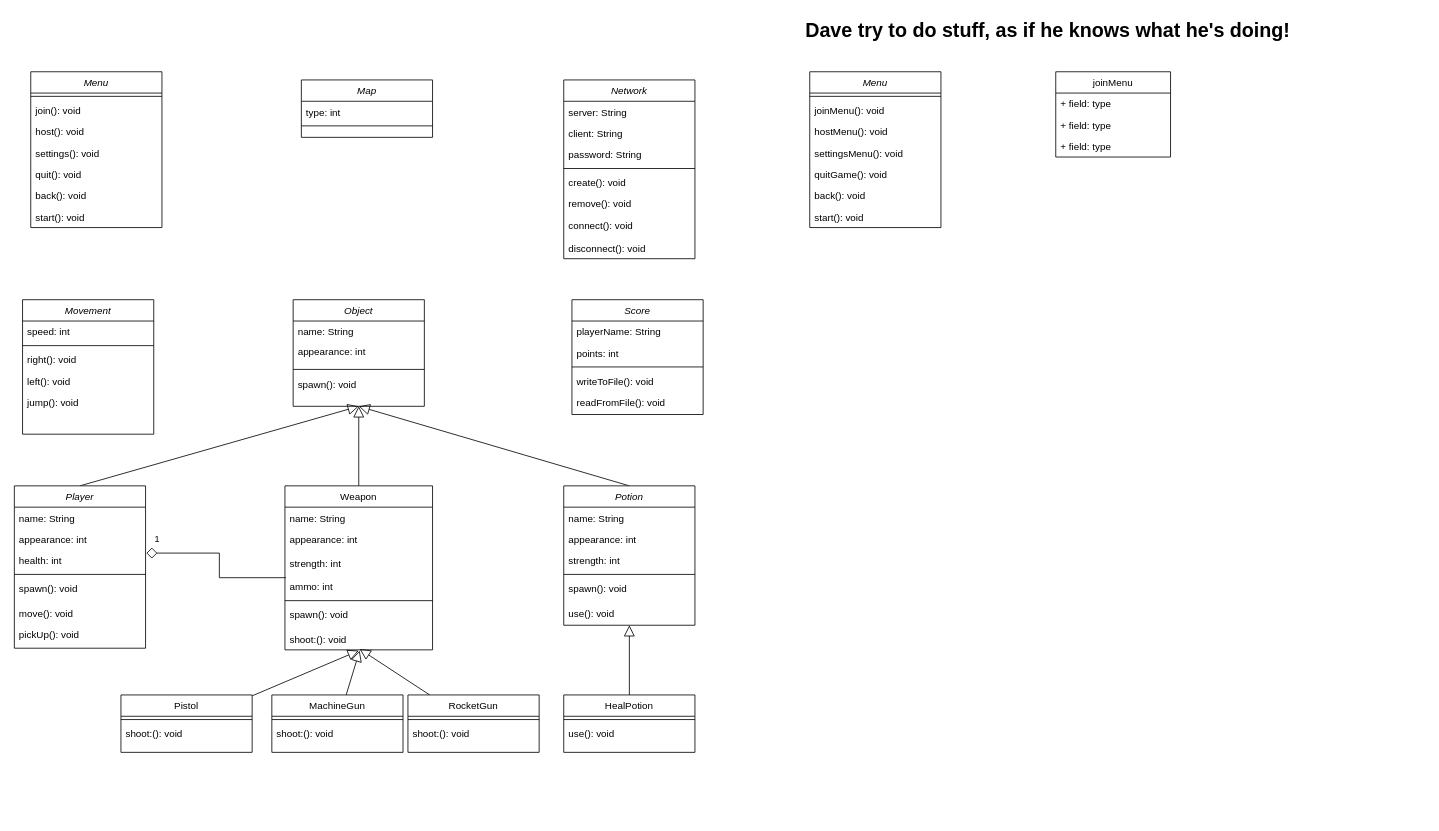
This is class.drawio from Zaion-BM/Dueling-Fates, a draw.io file, before an edit. Source tidied: cells renumbered, new cells numbered last; positions are measured from the earlier drawing's top-left corner, leaving out a move shared by most shapes. Both pictures are drawn from the tidied source at 82%, with x=0, y=0 at pixel (14, 14).
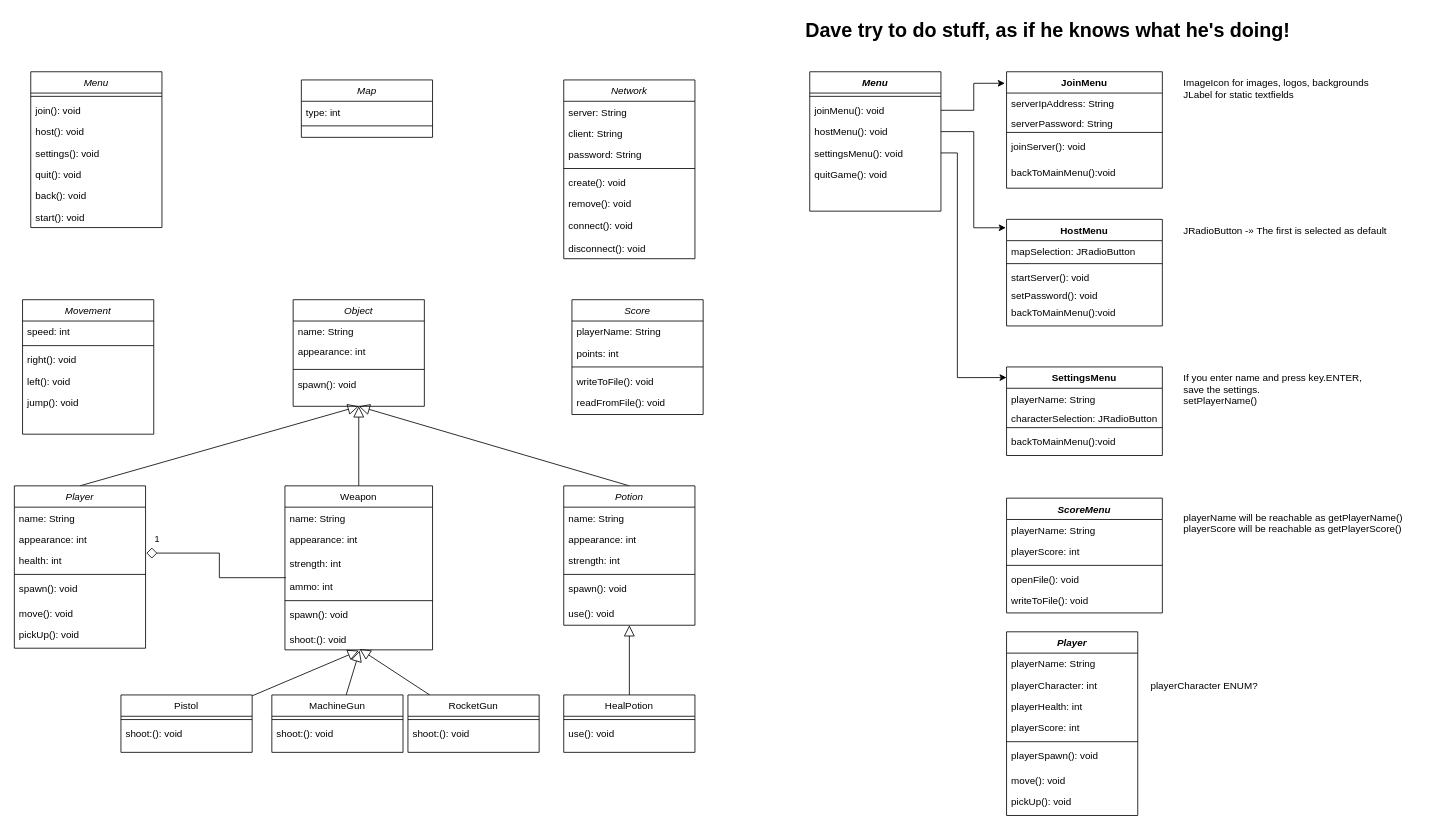
The same page after the edit.

The change refers to these unchanged cells:
```xml
<mxCell id="84" value="joinMenu(): void" style="text;align=left;verticalAlign=top;spacingLeft=4;spacingRight=4;overflow=hidden;points=[[0,0.5],[1,0.5]];portConstraint=eastwest;" parent="82" vertex="1">
  <mxGeometry y="34" width="160" height="26" as="geometry" />
</mxCell>
<mxCell id="85" value="hostMenu(): void" style="text;align=left;verticalAlign=top;spacingLeft=4;spacingRight=4;overflow=hidden;points=[[0,0.5],[1,0.5]];portConstraint=eastwest;" parent="82" vertex="1">
  <mxGeometry y="60" width="160" height="26" as="geometry" />
</mxCell>
<mxCell id="86" value="settingsMenu(): void" style="text;align=left;verticalAlign=top;spacingLeft=4;spacingRight=4;overflow=hidden;points=[[0,0.5],[1,0.5]];portConstraint=eastwest;" parent="82" vertex="1">
  <mxGeometry y="86" width="160" height="26" as="geometry" />
</mxCell>
```

What changed in the source:
```diff
@@
-    <mxCell id="82" value="Menu" style="swimlane;fontStyle=2;align=center;verticalAlign=top;horizontal=1;startSize=26;rounded=0;shadow=0;strokeWidth=1;" parent="1" vertex="1">
-      <mxGeometry x="970" y="70" width="160" height="190" as="geometry" />
+    <mxCell id="82" value="Menu" style="swimlane;fontStyle=3;align=center;verticalAlign=top;horizontal=1;startSize=26;rounded=0;shadow=0;strokeWidth=1;" parent="1" vertex="1">
+      <mxGeometry x="970" y="70" width="160" height="170" as="geometry" />
     </mxCell>
@@
-    <mxCell id="88" value="back(): void" style="text;align=left;verticalAlign=top;spacingLeft=4;spacingRight=4;overflow=hidden;" parent="82" vertex="1">
-      <mxGeometry y="138" width="160" height="26" as="geometry" />
-    </mxCell>
-    <mxCell id="89" value="start(): void" style="text;align=left;verticalAlign=top;spacingLeft=4;spacingRight=4;overflow=hidden;" parent="82" vertex="1">
-      <mxGeometry y="164" width="160" height="26" as="geometry" />
-    </mxCell>
-    <mxCell id="90" value="joinMenu" style="swimlane;fontStyle=0;horizontal=1;startSize=26;fillColor=none;" parent="1" vertex="1">
-      <mxGeometry x="1270" y="70" width="140" height="104" as="geometry" />
-    </mxCell>
-    <mxCell id="91" value="+ field: type" style="text;strokeColor=none;fillColor=none;align=left;verticalAlign=top;spacingLeft=4;spacingRight=4;overflow=hidden;" parent="90" vertex="1">
-      <mxGeometry y="26" width="140" height="26" as="geometry" />
-    </mxCell>
-    <mxCell id="92" value="+ field: type" style="text;strokeColor=none;fillColor=none;align=left;verticalAlign=top;spacingLeft=4;spacingRight=4;overflow=hidden;" parent="90" vertex="1">
-      <mxGeometry y="52" width="140" height="26" as="geometry" />
-    </mxCell>
-    <mxCell id="93" value="+ field: type" style="text;strokeColor=none;fillColor=none;align=left;verticalAlign=top;spacingLeft=4;spacingRight=4;overflow=hidden;" parent="90" vertex="1">
-      <mxGeometry y="78" width="140" height="26" as="geometry" />
-    </mxCell>
@@
+    <mxCell id="95" value="JoinMenu" style="swimlane;fontStyle=1;align=center;verticalAlign=top;horizontal=1;startSize=26;" parent="1" vertex="1">
+      <mxGeometry x="1210" y="70" width="190" height="142" as="geometry" />
+    </mxCell>
+    <mxCell id="96" value="serverIpAddress: String" style="text;strokeColor=none;fillColor=none;align=left;verticalAlign=top;spacingLeft=4;spacingRight=4;overflow=hidden;" parent="95" vertex="1">
+      <mxGeometry y="26" width="190" height="24" as="geometry" />
+    </mxCell>
+    <mxCell id="97" value="serverPassword: String" style="text;strokeColor=none;fillColor=none;align=left;verticalAlign=top;spacingLeft=4;spacingRight=4;overflow=hidden;" parent="95" vertex="1">
+      <mxGeometry y="50" width="190" height="20" as="geometry" />
+    </mxCell>
+    <mxCell id="98" style="line;strokeWidth=1;fillColor=none;align=left;verticalAlign=middle;spacingTop=-1;spacingLeft=3;spacingRight=3;labelPosition=right;" parent="95" vertex="1">
+      <mxGeometry y="70" width="190" height="8" as="geometry" />
+    </mxCell>
+    <mxCell id="99" value="joinServer(): void" style="text;strokeColor=none;fillColor=none;align=left;verticalAlign=top;spacingLeft=4;spacingRight=4;overflow=hidden;" parent="95" vertex="1">
+      <mxGeometry y="78" width="190" height="32" as="geometry" />
+    </mxCell>
+    <mxCell id="100" value="backToMainMenu():void" style="text;strokeColor=none;fillColor=none;align=left;verticalAlign=top;spacingLeft=4;spacingRight=4;overflow=hidden;" parent="95" vertex="1">
+      <mxGeometry y="110" width="190" height="32" as="geometry" />
+    </mxCell>
+    <mxCell id="101" value="HostMenu" style="swimlane;fontStyle=1;align=center;verticalAlign=top;horizontal=1;startSize=26;" parent="1" vertex="1">
+      <mxGeometry x="1210" y="250" width="190" height="130" as="geometry" />
+    </mxCell>
+    <mxCell id="102" value="mapSelection: JRadioButton" style="text;strokeColor=none;fillColor=none;align=left;verticalAlign=top;spacingLeft=4;spacingRight=4;overflow=hidden;" parent="101" vertex="1">
+      <mxGeometry y="26" width="190" height="24" as="geometry" />
+    </mxCell>
+    <mxCell id="103" style="line;strokeWidth=1;fillColor=none;align=left;verticalAlign=middle;spacingTop=-1;spacingLeft=3;spacingRight=3;labelPosition=right;" parent="101" vertex="1">
+      <mxGeometry y="50" width="190" height="8" as="geometry" />
+    </mxCell>
+    <mxCell id="104" value="startServer(): void" style="text;strokeColor=none;fillColor=none;align=left;verticalAlign=top;spacingLeft=4;spacingRight=4;overflow=hidden;" parent="101" vertex="1">
+      <mxGeometry y="58" width="190" height="22" as="geometry" />
+    </mxCell>
+    <mxCell id="105" value="setPassword(): void" style="text;strokeColor=none;fillColor=none;align=left;verticalAlign=top;spacingLeft=4;spacingRight=4;overflow=hidden;" parent="101" vertex="1">
+      <mxGeometry y="80" width="190" height="20" as="geometry" />
+    </mxCell>
+    <mxCell id="106" value="backToMainMenu():void" style="text;strokeColor=none;fillColor=none;align=left;verticalAlign=top;spacingLeft=4;spacingRight=4;overflow=hidden;" parent="101" vertex="1">
+      <mxGeometry y="100" width="190" height="30" as="geometry" />
+    </mxCell>
+    <mxCell id="107" value="ImageIcon for images, logos, backgrounds&#10;JLabel for static textfields&#10;" style="text;strokeColor=none;fillColor=none;align=left;verticalAlign=top;spacingLeft=4;spacingRight=4;overflow=hidden;" parent="1" vertex="1">
+      <mxGeometry x="1420" y="70" width="280" height="64" as="geometry" />
+    </mxCell>
+    <mxCell id="108" value="SettingsMenu" style="swimlane;fontStyle=1;align=center;verticalAlign=top;horizontal=1;startSize=26;" parent="1" vertex="1">
+      <mxGeometry x="1210" y="430" width="190" height="108" as="geometry" />
+    </mxCell>
+    <mxCell id="109" value="playerName: String" style="text;strokeColor=none;fillColor=none;align=left;verticalAlign=top;spacingLeft=4;spacingRight=4;overflow=hidden;" parent="108" vertex="1">
+      <mxGeometry y="26" width="190" height="24" as="geometry" />
+    </mxCell>
+    <mxCell id="110" value="characterSelection: JRadioButton" style="text;strokeColor=none;fillColor=none;align=left;verticalAlign=top;spacingLeft=4;spacingRight=4;overflow=hidden;" parent="108" vertex="1">
+      <mxGeometry y="50" width="190" height="20" as="geometry" />
+    </mxCell>
+    <mxCell id="111" style="line;strokeWidth=1;fillColor=none;align=left;verticalAlign=middle;spacingTop=-1;spacingLeft=3;spacingRight=3;labelPosition=right;" parent="108" vertex="1">
+      <mxGeometry y="70" width="190" height="8" as="geometry" />
+    </mxCell>
+    <mxCell id="112" value="backToMainMenu():void" style="text;strokeColor=none;fillColor=none;align=left;verticalAlign=top;spacingLeft=4;spacingRight=4;overflow=hidden;" parent="108" vertex="1">
+      <mxGeometry y="78" width="190" height="30" as="geometry" />
+    </mxCell>
+    <mxCell id="113" value="If you enter name and press key.ENTER,&#10;save the settings.&#10;setPlayerName()" style="text;strokeColor=none;fillColor=none;align=left;verticalAlign=top;spacingLeft=4;spacingRight=4;overflow=hidden;" parent="1" vertex="1">
+      <mxGeometry x="1420" y="430" width="250" height="64" as="geometry" />
+    </mxCell>
+    <mxCell id="114" value="JRadioButton -» The first is selected as default&#10;&#10;" style="text;strokeColor=none;fillColor=none;align=left;verticalAlign=top;spacingLeft=4;spacingRight=4;overflow=hidden;" parent="1" vertex="1">
+      <mxGeometry x="1420" y="250" width="295" height="64" as="geometry" />
+    </mxCell>
+    <mxCell id="115" style="edgeStyle=orthogonalEdgeStyle;rounded=0;jettySize=auto;html=1;exitX=1;exitY=0.5;exitDx=0;exitDy=0;entryX=-0.011;entryY=0.099;entryDx=0;entryDy=0;entryPerimeter=0;" parent="1" edge="1" source="84" target="95">
+      <mxGeometry relative="1" as="geometry" />
+    </mxCell>
+    <mxCell id="116" style="edgeStyle=orthogonalEdgeStyle;rounded=0;jettySize=auto;html=1;exitX=1;exitY=0.5;exitDx=0;exitDy=0;entryX=0;entryY=0.12;entryDx=0;entryDy=0;entryPerimeter=0;" parent="1" edge="1" source="86" target="108">
+      <mxGeometry relative="1" as="geometry">
+        <Array as="points">
+          <mxPoint x="1150" y="169" />
+          <mxPoint x="1150" y="443" />
+        </Array>
+      </mxGeometry>
+    </mxCell>
+    <mxCell id="117" style="edgeStyle=orthogonalEdgeStyle;rounded=0;jettySize=auto;html=1;exitX=1;exitY=0.5;exitDx=0;exitDy=0;entryX=-0.005;entryY=0.079;entryDx=0;entryDy=0;entryPerimeter=0;" parent="1" edge="1" source="85" target="101">
+      <mxGeometry relative="1" as="geometry" />
+    </mxCell>
+    <mxCell id="118" value="ScoreMenu" style="swimlane;fontStyle=3;align=center;verticalAlign=top;horizontal=1;startSize=26;rounded=0;shadow=0;strokeWidth=1;" parent="1" vertex="1">
+      <mxGeometry x="1210" y="590" width="190" height="140" as="geometry" />
+    </mxCell>
+    <mxCell id="119" value="playerName: String" style="text;align=left;verticalAlign=top;spacingLeft=4;spacingRight=4;overflow=hidden;rounded=0;shadow=0;html=0;" parent="118" vertex="1">
+      <mxGeometry y="26" width="190" height="26" as="geometry" />
+    </mxCell>
+    <mxCell id="120" value="playerScore: int" style="text;align=left;verticalAlign=top;spacingLeft=4;spacingRight=4;overflow=hidden;rounded=0;shadow=0;html=0;" parent="118" vertex="1">
+      <mxGeometry y="52" width="190" height="26" as="geometry" />
+    </mxCell>
+    <mxCell id="121" style="line;html=1;strokeWidth=1;align=left;verticalAlign=middle;spacingTop=-1;spacingLeft=3;spacingRight=3;labelPosition=right;" parent="118" vertex="1">
+      <mxGeometry y="78" width="190" height="8" as="geometry" />
+    </mxCell>
+    <mxCell id="122" value="openFile(): void" style="text;align=left;verticalAlign=top;spacingLeft=4;spacingRight=4;overflow=hidden;" parent="118" vertex="1">
+      <mxGeometry y="86" width="190" height="26" as="geometry" />
+    </mxCell>
+    <mxCell id="123" value="writeToFile(): void" style="text;align=left;verticalAlign=top;spacingLeft=4;spacingRight=4;overflow=hidden;" parent="118" vertex="1">
+      <mxGeometry y="112" width="190" height="26" as="geometry" />
+    </mxCell>
+    <mxCell id="124" value="playerName will be reachable as getPlayerName()&#10;playerScore will be reachable as getPlayerScore()" style="text;strokeColor=none;fillColor=none;align=left;verticalAlign=top;spacingLeft=4;spacingRight=4;overflow=hidden;" parent="1" vertex="1">
+      <mxGeometry x="1420" y="600" width="300" height="64" as="geometry" />
+    </mxCell>
+    <mxCell id="125" value="Player" style="swimlane;fontStyle=3;align=center;verticalAlign=top;horizontal=1;startSize=26;rounded=0;shadow=0;strokeWidth=1;" parent="1" vertex="1">
+      <mxGeometry x="1210" y="753" width="160" height="224" as="geometry" />
+    </mxCell>
+    <mxCell id="126" value="playerName: String" style="text;align=left;verticalAlign=top;spacingLeft=4;spacingRight=4;overflow=hidden;" parent="125" vertex="1">
+      <mxGeometry y="26" width="160" height="26" as="geometry" />
+    </mxCell>
+    <mxCell id="127" value="playerCharacter: int" style="text;align=left;verticalAlign=top;spacingLeft=4;spacingRight=4;overflow=hidden;rounded=0;shadow=0;html=0;" parent="125" vertex="1">
+      <mxGeometry y="52" width="160" height="26" as="geometry" />
+    </mxCell>
+    <mxCell id="128" value="playerHealth: int" style="text;align=left;verticalAlign=top;spacingLeft=4;spacingRight=4;overflow=hidden;rounded=0;shadow=0;html=0;" parent="125" vertex="1">
+      <mxGeometry y="78" width="160" height="26" as="geometry" />
+    </mxCell>
+    <mxCell id="129" value="playerScore: int" style="text;align=left;verticalAlign=top;spacingLeft=4;spacingRight=4;overflow=hidden;rounded=0;shadow=0;html=0;" parent="125" vertex="1">
+      <mxGeometry y="104" width="160" height="26" as="geometry" />
+    </mxCell>
+    <mxCell id="130" style="line;html=1;strokeWidth=1;align=left;verticalAlign=middle;spacingTop=-1;spacingLeft=3;spacingRight=3;labelPosition=right;" parent="125" vertex="1">
+      <mxGeometry y="130" width="160" height="8" as="geometry" />
+    </mxCell>
+    <mxCell id="131" value="playerSpawn(): void" style="text;align=left;verticalAlign=top;spacingLeft=4;spacingRight=4;overflow=hidden;" parent="125" vertex="1">
+      <mxGeometry y="138" width="160" height="30" as="geometry" />
+    </mxCell>
+    <mxCell id="132" value="move(): void" style="text;align=left;verticalAlign=top;spacingLeft=4;spacingRight=4;overflow=hidden;" parent="125" vertex="1">
+      <mxGeometry y="168" width="160" height="26" as="geometry" />
+    </mxCell>
+    <mxCell id="133" value="pickUp(): void" style="text;align=left;verticalAlign=top;spacingLeft=4;spacingRight=4;overflow=hidden;" parent="125" vertex="1">
+      <mxGeometry y="194" width="160" height="30" as="geometry" />
+    </mxCell>
+    <mxCell id="134" value="playerCharacter ENUM?" style="text;strokeColor=none;fillColor=none;align=left;verticalAlign=top;spacingLeft=4;spacingRight=4;overflow=hidden;" parent="1" vertex="1">
+      <mxGeometry x="1380" y="805" width="300" height="30" as="geometry" />
+    </mxCell>
```
